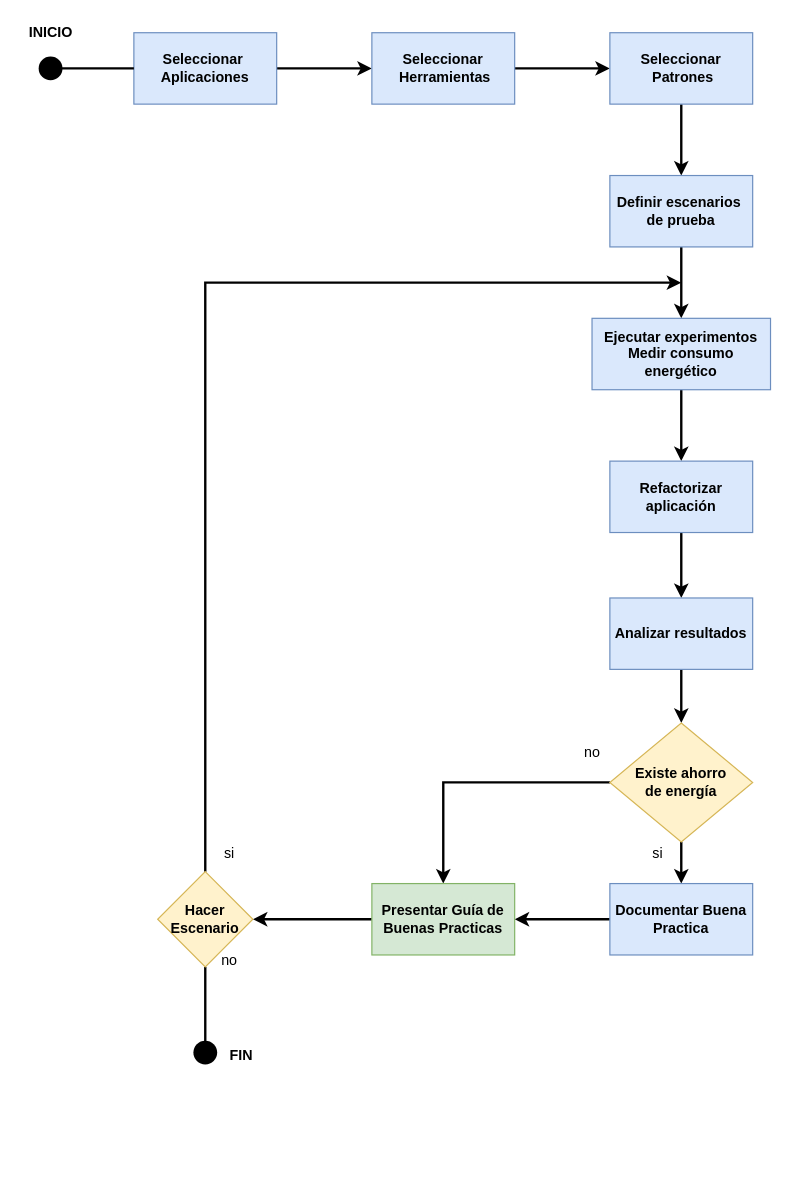
This is Estrategia de trabajo.drawio from XimenaB01/AgendaDocente, a draw.io file, before an edit. Source tidied: cells renumbered, new cells numbered last; positions are measured from the earlier drawing's top-left corner, leaving out a move shared by most shapes. Both pictures are drawn from the tidied source at 119%, with x=0, y=0 at pixel (20, 20).
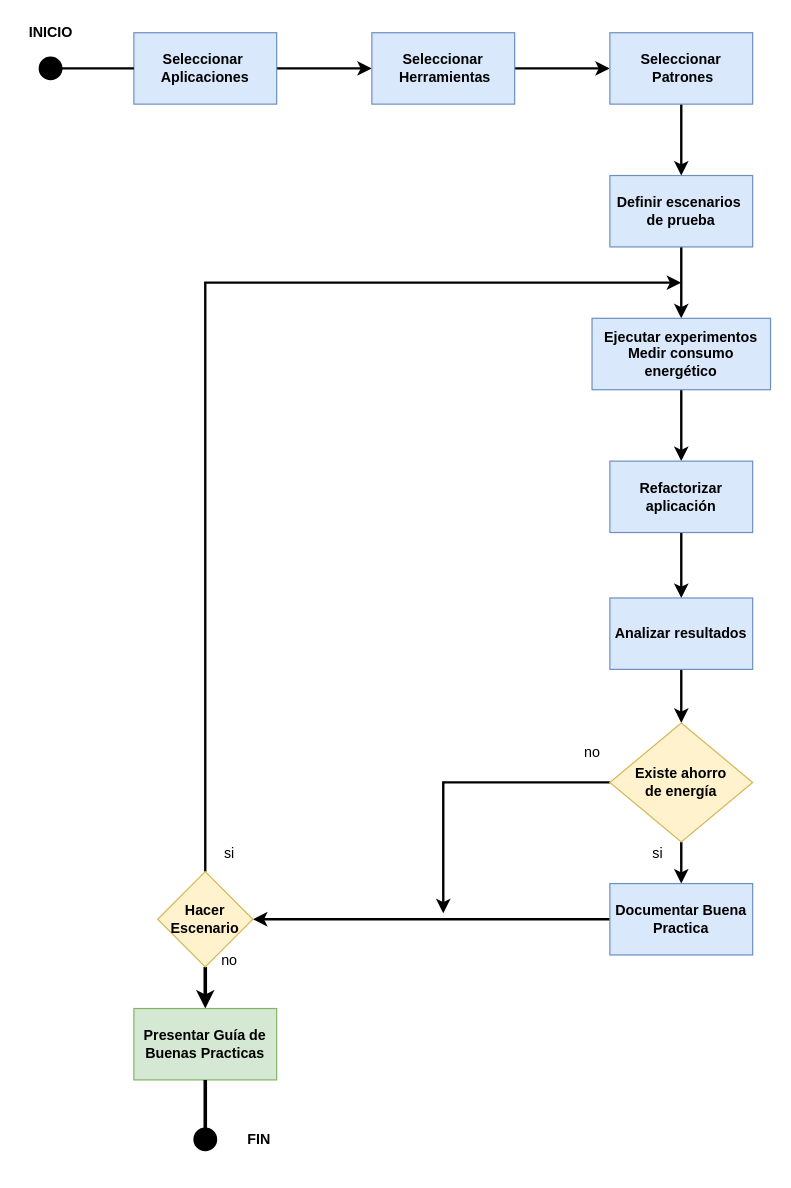
Above is the later version.

Unchanged cells that the change refers to:
```xml
<mxCell id="18" value="&lt;b&gt;Existe ahorro de&amp;nbsp;energía&lt;/b&gt;" style="rhombus;whiteSpace=wrap;html=1;fillColor=#fff2cc;strokeColor=#d6b656;rounded=0;" parent="1" vertex="1">
  <mxGeometry x="495" y="590" width="120" height="100" as="geometry" />
</mxCell>
<mxCell id="21" value="&lt;b&gt;Documentar Buena Practica&lt;/b&gt;" style="whiteSpace=wrap;html=1;fillColor=#dae8fc;strokeColor=#6c8ebf;rounded=0;" parent="1" vertex="1">
  <mxGeometry x="495" y="725" width="120" height="60" as="geometry" />
</mxCell>
<mxCell id="27" value="&lt;b&gt;Hacer Escenario&lt;/b&gt;" style="rhombus;whiteSpace=wrap;html=1;fillColor=#fff2cc;strokeColor=#d6b656;rounded=0;" parent="1" vertex="1">
  <mxGeometry x="115" y="715" width="80" height="80" as="geometry" />
</mxCell>
```

The edit, as a diff of the source:
```diff
@@
-    <mxCell id="16" style="edgeStyle=orthogonalEdgeStyle;rounded=0;jettySize=auto;html=1;strokeWidth=2;exitX=0;exitY=0.5;exitDx=0;exitDy=0;entryX=0.5;entryY=0;entryDx=0;entryDy=0;" parent="1" edge="1" source="18" target="23">
+    <mxCell id="16" style="edgeStyle=orthogonalEdgeStyle;rounded=0;jettySize=auto;html=1;strokeWidth=2;exitX=0;exitY=0.5;exitDx=0;exitDy=0;" parent="1" edge="1" source="18">
       <mxGeometry relative="1" as="geometry">
+        <mxPoint x="355" y="750" as="targetPoint" />
         <Array as="points">
           <mxPoint x="355" y="640" />
         </Array>
       </mxGeometry>
     </mxCell>
@@
-    <mxCell id="20" style="edgeStyle=orthogonalEdgeStyle;rounded=0;jettySize=auto;html=1;strokeWidth=2;" parent="1" edge="1" source="21" target="23">
+    <mxCell id="20" style="edgeStyle=orthogonalEdgeStyle;rounded=0;jettySize=auto;html=1;strokeWidth=2;entryX=1;entryY=0.5;entryDx=0;entryDy=0;" parent="1" edge="1" source="21" target="27">
       <mxGeometry relative="1" as="geometry" />
     </mxCell>
@@
-    <mxCell id="22" style="edgeStyle=orthogonalEdgeStyle;rounded=0;jettySize=auto;html=1;strokeWidth=2;" parent="1" edge="1" source="23" target="27">
-      <mxGeometry relative="1" as="geometry" />
-    </mxCell>
-    <mxCell id="23" value="&lt;b&gt;Presentar Guía&amp;nbsp;de Buenas Practicas&lt;/b&gt;" style="whiteSpace=wrap;html=1;fillColor=#d5e8d4;strokeColor=#82b366;rounded=0;" parent="1" vertex="1">
-      <mxGeometry x="295" y="725" width="120" height="60" as="geometry" />
-    </mxCell>
@@
-    <mxCell id="26" style="edgeStyle=orthogonalEdgeStyle;rounded=0;jettySize=auto;html=1;strokeWidth=2;endArrow=none;endFill=0;" parent="1" edge="1" source="27" target="30">
-      <mxGeometry relative="1" as="geometry" />
-    </mxCell>
+    <mxCell id="35" style="edgeStyle=orthogonalEdgeStyle;rounded=0;jettySize=auto;html=1;entryX=0.5;entryY=0;entryDx=0;entryDy=0;strokeWidth=3;" parent="1" edge="1" source="27" target="23">
+      <mxGeometry relative="1" as="geometry" />
+    </mxCell>
@@
-    <mxCell id="30" style="shape=waypoint;sketch=0;size=6;points=[];fillColor=#000000;perimeter=centerPerimeter;snapToPoint=1;strokeColor=#000000;rounded=0;strokeWidth=8;" parent="1" vertex="1">
-      <mxGeometry x="135" y="847" width="40" height="40" as="geometry" />
-    </mxCell>
     <mxCell id="31" value="&lt;b&gt;FIN&lt;/b&gt;" style="text;html=1;align=center;verticalAlign=middle;strokeColor=none;fillColor=none;" parent="1" vertex="1">
-      <mxGeometry x="170" y="860" width="30" height="20" as="geometry" />
+      <mxGeometry x="185" y="930" width="30" height="20" as="geometry" />
     </mxCell>
@@
+    <mxCell id="36" style="edgeStyle=orthogonalEdgeStyle;rounded=0;jettySize=auto;html=1;strokeWidth=3;startArrow=none;" parent="1" edge="1" source="30">
+      <mxGeometry relative="1" as="geometry">
+        <mxPoint x="155" y="940" as="targetPoint" />
+      </mxGeometry>
+    </mxCell>
+    <mxCell id="23" value="&lt;b&gt;Presentar Guía&amp;nbsp;de Buenas Practicas&lt;/b&gt;" style="whiteSpace=wrap;html=1;fillColor=#d5e8d4;strokeColor=#82b366;rounded=0;" parent="1" vertex="1">
+      <mxGeometry x="95" y="830" width="120" height="60" as="geometry" />
+    </mxCell>
+    <mxCell id="30" style="shape=waypoint;sketch=0;size=6;points=[];fillColor=#000000;perimeter=centerPerimeter;snapToPoint=1;strokeColor=#000000;rounded=0;strokeWidth=8;" parent="1" vertex="1">
+      <mxGeometry x="135" y="920" width="40" height="40" as="geometry" />
+    </mxCell>
+    <mxCell id="37" style="edgeStyle=orthogonalEdgeStyle;rounded=0;jettySize=auto;html=1;strokeWidth=3;endArrow=none;" parent="1" edge="1" source="23" target="30">
+      <mxGeometry relative="1" as="geometry" />
+    </mxCell>
```
